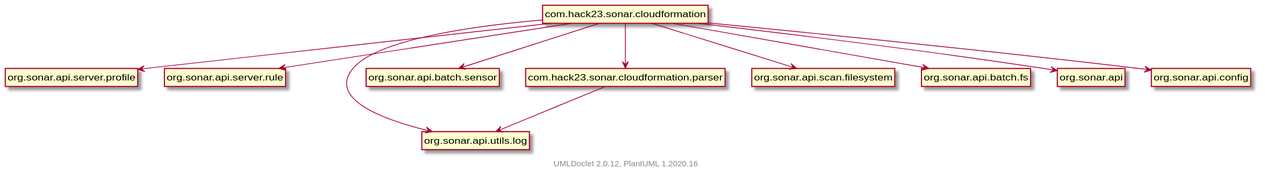
Above: apidocs/package-dependencies.svg in Hack23/sonar-cloudformation-plugin (PlantUML), before the change.
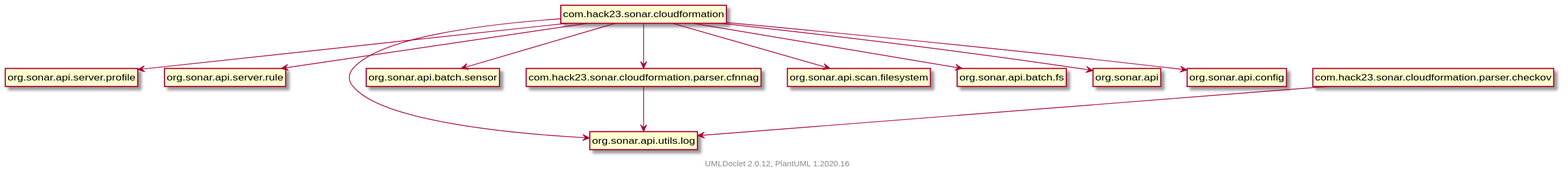
The same diagram one commit later.

Diff of the diagram source:
```diff
@@ -8,16 +8,19 @@
     com.hack23.sonar.cloudformation --> org.sonar.api.server.rule
     com.hack23.sonar.cloudformation --> org.sonar.api.utils.log
     com.hack23.sonar.cloudformation --> org.sonar.api.batch.sensor
-    com.hack23.sonar.cloudformation --> com.hack23.sonar.cloudformation.parser
+    com.hack23.sonar.cloudformation --> com.hack23.sonar.cloudformation.parser.cfnnag
     com.hack23.sonar.cloudformation --> org.sonar.api.scan.filesystem
     com.hack23.sonar.cloudformation --> org.sonar.api.batch.fs
     com.hack23.sonar.cloudformation --> org.sonar.api
     com.hack23.sonar.cloudformation --> org.sonar.api.config
-    com.hack23.sonar.cloudformation.parser --> org.sonar.api.utils.log
+    com.hack23.sonar.cloudformation.parser.checkov --> org.sonar.api.utils.log
+    com.hack23.sonar.cloudformation.parser.cfnnag --> org.sonar.api.utils.log
 
     class "com.hack23.sonar.cloudformation" [[com/hack23/sonar/cloudformation/package-summary.html]] {
     }
-    class "com.hack23.sonar.cloudformation.parser" [[com/hack23/sonar/cloudformation/parser/package-summary.html]] {
+    class "com.hack23.sonar.cloudformation.parser.cfnnag" [[com/hack23/sonar/cloudformation/parser/cfnnag/package-summary.html]] {
+    }
+    class "com.hack23.sonar.cloudformation.parser.checkov" [[com/hack23/sonar/cloudformation/parser/checkov/package-summary.html]] {
     }
 
     center footer UMLDoclet 2.0.12, PlantUML 1.2020.16
```
